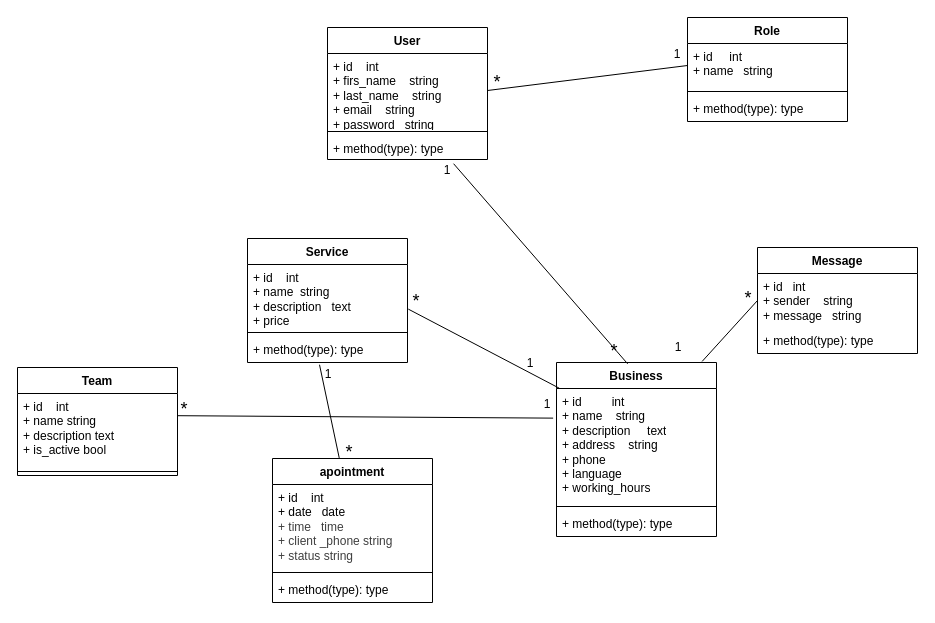
The draw.io diagram UML/Diagramme se class (SmartReplay).drawio in zakariaallam/SmartReply, before the edit. Source tidied: cells renumbered, new cells numbered last; positions are measured from the earlier drawing's top-left corner, leaving out a move shared by most shapes. Both pictures are drawn from the tidied source at 100%, with x=0, y=0 at pixel (17, 17).
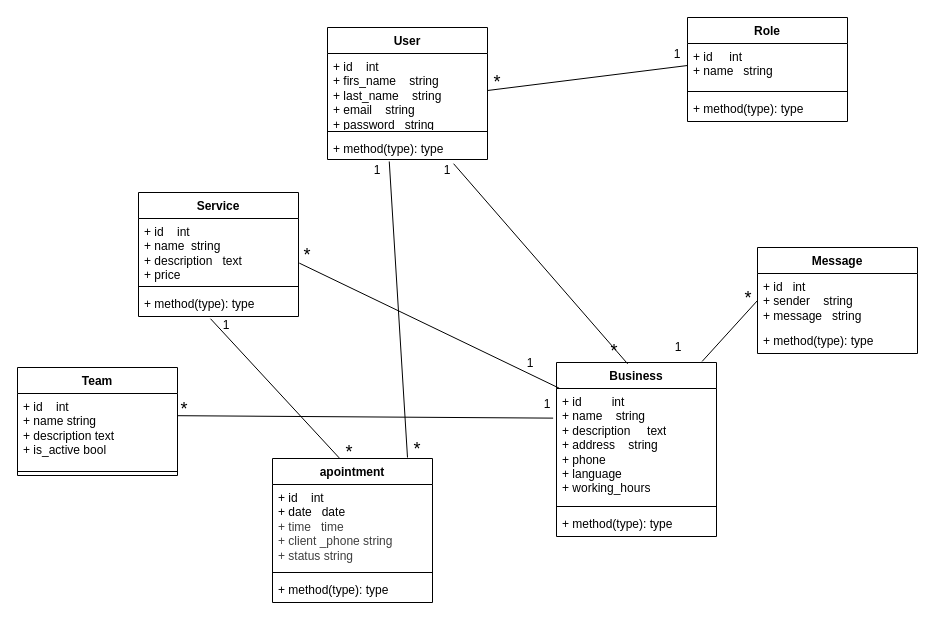
The same page after the edit.

The change refers to these unchanged cells:
```xml
<mxCell id="9" value="+ method(type): type" style="text;strokeColor=none;fillColor=none;align=left;verticalAlign=top;spacingLeft=4;spacingRight=4;overflow=hidden;points=[[0,0.5],[1,0.5]];portConstraint=eastwest;whiteSpace=wrap;html=1;" parent="6" vertex="1">
  <mxGeometry y="108" width="160" height="24" as="geometry" />
</mxCell>
```

What changed in the source:
```diff
@@
     <mxCell id="2" value="Service" style="swimlane;fontStyle=1;align=center;verticalAlign=top;horizontal=1;startSize=26;whiteSpace=wrap;html=1;" parent="1" vertex="1">
-      <mxGeometry x="230" y="221" width="160" height="124" as="geometry" />
+      <mxGeometry x="121" y="175" width="160" height="124" as="geometry" />
     </mxCell>
@@
     <mxCell id="29" value="&lt;font style=&quot;font-size: 18px;&quot;&gt;*&lt;/font&gt;" style="text;html=1;whiteSpace=wrap;strokeColor=none;fillColor=none;align=center;verticalAlign=middle;rounded=0;" parent="1" vertex="1">
-      <mxGeometry x="369" y="269" width="60" height="30" as="geometry" />
+      <mxGeometry x="260" y="223" width="60" height="30" as="geometry" />
     </mxCell>
@@
     <mxCell id="39" value="&lt;font style=&quot;font-size: 12px;&quot;&gt;1&lt;/font&gt;" style="text;html=1;whiteSpace=wrap;strokeColor=none;fillColor=none;align=center;verticalAlign=middle;rounded=0;" parent="1" vertex="1">
-      <mxGeometry x="281" y="342" width="60" height="30" as="geometry" />
+      <mxGeometry x="179" y="293" width="60" height="30" as="geometry" />
     </mxCell>
@@
+    <mxCell id="46" style="endArrow=none;html=1;rounded=0;exitX=0.386;exitY=1.083;exitDx=0;exitDy=0;exitPerimeter=0;" parent="1" edge="1" source="9">
+      <mxGeometry relative="1" as="geometry">
+        <mxPoint x="390" y="440" as="targetPoint" />
+      </mxGeometry>
+    </mxCell>
+    <mxCell id="47" value="&lt;font style=&quot;font-size: 12px;&quot;&gt;1&lt;/font&gt;" style="text;html=1;whiteSpace=wrap;strokeColor=none;fillColor=none;align=center;verticalAlign=middle;rounded=0;" parent="1" vertex="1">
+      <mxGeometry x="330" y="138" width="60" height="30" as="geometry" />
+    </mxCell>
+    <mxCell id="48" value="&lt;font style=&quot;font-size: 18px;&quot;&gt;*&lt;/font&gt;" style="text;html=1;whiteSpace=wrap;strokeColor=none;fillColor=none;align=center;verticalAlign=middle;rounded=0;" parent="1" vertex="1">
+      <mxGeometry x="370" y="417" width="60" height="30" as="geometry" />
+    </mxCell>
```
